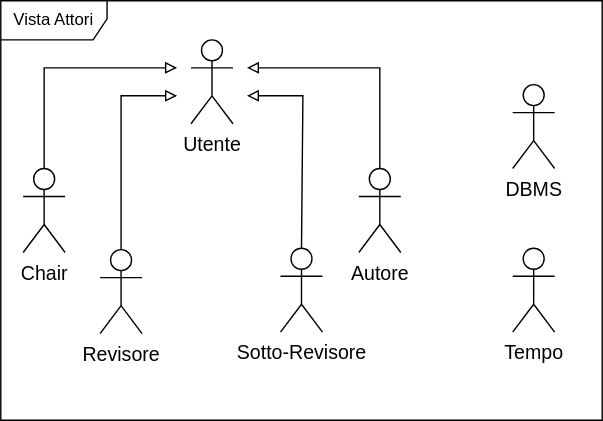
This is RAD/images/AttoriCoinvolti.drawio.svg from Gabro29/IngegneriaSoftware, a draw.io export, as it was before one commit. Source tidied: cells renumbered, new cells last; positions are measured from the earlier drawing's top-left corner, leaving out a move shared by most shapes.
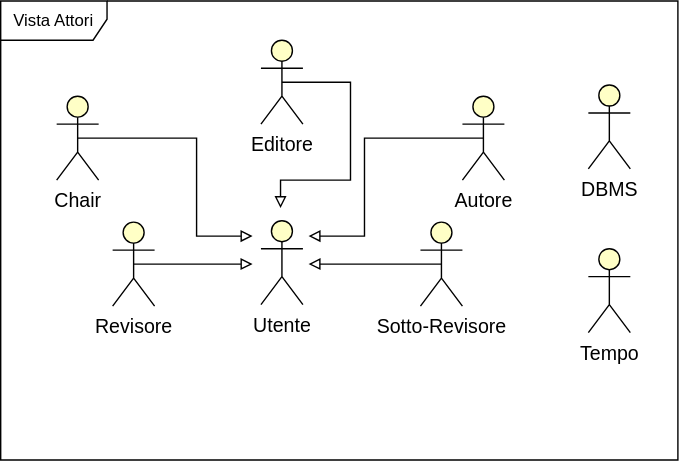
The same file after the commit.

Commit message:
Aggiunto editore

Change to the diagram source:
```diff
@@ -2,62 +2,72 @@
   <root>
     <mxCell id="0" />
     <mxCell id="1" parent="0" />
-    <mxCell id="2" value="&lt;font face=&quot;Helvetica&quot; style=&quot;color: light-dark(rgb(0, 0, 0), rgb(0, 0, 0)); font-size: 14px;&quot;&gt;Autore&lt;/font&gt;" style="shape=umlActor;verticalLabelPosition=bottom;verticalAlign=top;html=1;outlineConnect=0;strokeColor=light-dark(#000000,#000000);fillColor=none;" parent="1" vertex="1">
-      <mxGeometry x="256" y="120" width="30" height="60" as="geometry" />
+    <mxCell id="2" value="&lt;font face=&quot;Helvetica&quot; style=&quot;color: light-dark(rgb(0, 0, 0), rgb(0, 0, 0)); font-size: 14px;&quot;&gt;Autore&lt;/font&gt;" style="shape=umlActor;verticalLabelPosition=bottom;verticalAlign=top;html=1;outlineConnect=0;strokeColor=light-dark(#000000,#000000);fillColor=light-dark(#FFFFC6,#FDF89C);" parent="1" vertex="1">
+      <mxGeometry x="276" y="68" width="30" height="60" as="geometry" />
     </mxCell>
-    <mxCell id="3" value="&lt;font face=&quot;Helvetica&quot; style=&quot;color: light-dark(rgb(0, 0, 0), rgb(0, 0, 0)); font-size: 14px;&quot;&gt;Chair&lt;/font&gt;" style="shape=umlActor;verticalLabelPosition=bottom;verticalAlign=top;html=1;outlineConnect=0;strokeColor=light-dark(#000000,#000000);fillColor=none;" parent="1" vertex="1">
-      <mxGeometry x="16" y="120" width="30" height="60" as="geometry" />
+    <mxCell id="3" value="&lt;font face=&quot;Helvetica&quot; style=&quot;color: light-dark(rgb(0, 0, 0), rgb(0, 0, 0)); font-size: 14px;&quot;&gt;Chair&lt;/font&gt;" style="shape=umlActor;verticalLabelPosition=bottom;verticalAlign=top;html=1;outlineConnect=0;strokeColor=light-dark(#000000,#000000);fillColor=light-dark(#FFFFC6,#FDF89C);" parent="1" vertex="1">
+      <mxGeometry x="-14" y="68" width="30" height="60" as="geometry" />
     </mxCell>
-    <mxCell id="4" value="&lt;font face=&quot;Helvetica&quot; style=&quot;color: light-dark(rgb(0, 0, 0), rgb(0, 0, 0)); font-size: 14px;&quot;&gt;Revisore&lt;/font&gt;" style="shape=umlActor;verticalLabelPosition=bottom;verticalAlign=top;html=1;outlineConnect=0;strokeColor=light-dark(#000000,#000000);fillColor=none;" parent="1" vertex="1">
-      <mxGeometry x="71" y="178" width="30" height="60" as="geometry" />
+    <mxCell id="4" value="&lt;font face=&quot;Helvetica&quot; style=&quot;color: light-dark(rgb(0, 0, 0), rgb(0, 0, 0)); font-size: 14px;&quot;&gt;Revisore&lt;/font&gt;" style="shape=umlActor;verticalLabelPosition=bottom;verticalAlign=top;html=1;outlineConnect=0;strokeColor=light-dark(#000000,#000000);fillColor=light-dark(#FFFFC6,#FDF89C);" parent="1" vertex="1">
+      <mxGeometry x="26" y="158" width="30" height="60" as="geometry" />
     </mxCell>
-    <mxCell id="5" value="&lt;font face=&quot;Helvetica&quot; style=&quot;color: light-dark(rgb(0, 0, 0), rgb(0, 0, 0)); font-size: 14px;&quot;&gt;Sotto-Revisore&lt;/font&gt;" style="shape=umlActor;verticalLabelPosition=bottom;verticalAlign=top;html=1;outlineConnect=0;strokeColor=light-dark(#000000,#000000);fillColor=none;" parent="1" vertex="1">
-      <mxGeometry x="200" y="177" width="30" height="60" as="geometry" />
+    <mxCell id="5" value="&lt;font face=&quot;Helvetica&quot; style=&quot;color: light-dark(rgb(0, 0, 0), rgb(0, 0, 0)); font-size: 14px;&quot;&gt;Sotto-Revisore&lt;/font&gt;" style="shape=umlActor;verticalLabelPosition=bottom;verticalAlign=top;html=1;outlineConnect=0;strokeColor=light-dark(#000000,#000000);fillColor=light-dark(#FFFFC6,#FDF89C);" parent="1" vertex="1">
+      <mxGeometry x="246" y="158" width="30" height="60" as="geometry" />
     </mxCell>
-    <mxCell id="6" value="&lt;font style=&quot;color: light-dark(rgb(0, 0, 0), rgb(0, 0, 0)); font-size: 14px;&quot;&gt;Utente&lt;/font&gt;" style="shape=umlActor;verticalLabelPosition=bottom;verticalAlign=top;html=1;strokeColor=light-dark(#000000,#000000);fillColor=none;" parent="1" vertex="1">
-      <mxGeometry x="136" y="28" width="30" height="60" as="geometry" />
+    <mxCell id="6" value="&lt;font style=&quot;color: light-dark(rgb(0, 0, 0), rgb(0, 0, 0)); font-size: 14px;&quot;&gt;Utente&lt;/font&gt;" style="shape=umlActor;verticalLabelPosition=bottom;verticalAlign=top;html=1;strokeColor=light-dark(#000000,#000000);fillColor=light-dark(#FFFFC6,#FDF89C);" parent="1" vertex="1">
+      <mxGeometry x="132" y="157" width="30" height="60" as="geometry" />
     </mxCell>
-    <mxCell id="7" value="&lt;font face=&quot;Helvetica&quot; style=&quot;color: light-dark(rgb(0, 0, 0), rgb(0, 0, 0)); font-size: 14px;&quot;&gt;DBMS&lt;/font&gt;" style="shape=umlActor;verticalLabelPosition=bottom;verticalAlign=top;html=1;strokeColor=light-dark(#000000,#000000);fillColor=none;" parent="1" vertex="1">
+    <mxCell id="7" value="&lt;font face=&quot;Helvetica&quot; style=&quot;color: light-dark(rgb(0, 0, 0), rgb(0, 0, 0)); font-size: 14px;&quot;&gt;DBMS&lt;/font&gt;" style="shape=umlActor;verticalLabelPosition=bottom;verticalAlign=top;html=1;strokeColor=light-dark(#000000,#000000);fillColor=light-dark(#FFFFC6,#FDF89C);" parent="1" vertex="1">
       <mxGeometry x="366" y="60" width="30" height="60" as="geometry" />
     </mxCell>
-    <mxCell id="8" value="&lt;font style=&quot;color: light-dark(rgb(0, 0, 0), rgb(0, 0, 0)); font-size: 14px;&quot;&gt;Tempo&lt;/font&gt;" style="shape=umlActor;verticalLabelPosition=bottom;verticalAlign=top;html=1;strokeColor=light-dark(#000000,#000000);fillColor=none;" parent="1" vertex="1">
+    <mxCell id="8" value="&lt;font style=&quot;color: light-dark(rgb(0, 0, 0), rgb(0, 0, 0)); font-size: 14px;&quot;&gt;Tempo&lt;/font&gt;" style="shape=umlActor;verticalLabelPosition=bottom;verticalAlign=top;html=1;strokeColor=light-dark(#000000,#000000);fillColor=light-dark(#FFFFC6,#FDF89C);" parent="1" vertex="1">
       <mxGeometry x="366" y="177" width="30" height="60" as="geometry" />
     </mxCell>
-    <mxCell id="9" style="endArrow=block;html=1;rounded=0;strokeColor=light-dark(#000000,#000000);endFill=0;strokeWidth=1;startSize=6;jumpSize=6;targetPerimeterSpacing=0;endSize=6;exitX=0.5;exitY=0;exitDx=0;exitDy=0;exitPerimeter=0;" parent="1" edge="1" source="3">
+    <mxCell id="9" style="endArrow=block;html=1;rounded=0;strokeColor=light-dark(#000000,#000000);endFill=0;strokeWidth=1;startSize=6;jumpSize=6;targetPerimeterSpacing=0;endSize=6;exitX=0.5;exitY=0.5;exitDx=0;exitDy=0;exitPerimeter=0;" parent="1" edge="1" source="3">
       <mxGeometry relative="1" as="geometry">
-        <mxPoint x="126" y="48" as="targetPoint" />
+        <mxPoint x="126" y="168" as="targetPoint" />
         <Array as="points">
-          <mxPoint x="31" y="48" />
+          <mxPoint x="86" y="98" />
+          <mxPoint x="86" y="168" />
         </Array>
       </mxGeometry>
     </mxCell>
-    <mxCell id="10" style="endArrow=block;html=1;rounded=0;strokeColor=light-dark(#000000,#000000);endFill=0;strokeWidth=1;startSize=6;jumpSize=6;targetPerimeterSpacing=0;endSize=6;" parent="1" edge="1">
-      <mxGeometry relative="1" as="geometry">
-        <mxPoint x="86" y="178" as="sourcePoint" />
-        <mxPoint x="126" y="68" as="targetPoint" />
-        <Array as="points">
-          <mxPoint x="86" y="68" />
-        </Array>
-      </mxGeometry>
-    </mxCell>
-    <mxCell id="11" style="endArrow=block;html=1;rounded=0;strokeColor=light-dark(#000000,#000000);endFill=0;strokeWidth=1;startSize=6;jumpSize=6;targetPerimeterSpacing=0;endSize=6;exitX=0.5;exitY=0;exitDx=0;exitDy=0;exitPerimeter=0;" parent="1" edge="1" source="5">
+    <mxCell id="11" style="endArrow=block;html=1;rounded=0;strokeColor=light-dark(#000000,#000000);endFill=0;strokeWidth=1;startSize=6;jumpSize=6;targetPerimeterSpacing=0;endSize=6;exitX=0.5;exitY=0.5;exitDx=0;exitDy=0;exitPerimeter=0;" parent="1" edge="1" source="5">
       <mxGeometry relative="1" as="geometry">
-        <mxPoint x="176" y="68" as="targetPoint" />
-        <Array as="points">
-          <mxPoint x="216" y="68" />
-        </Array>
+        <mxPoint x="166" y="188" as="targetPoint" />
       </mxGeometry>
     </mxCell>
-    <mxCell id="12" style="endArrow=block;html=1;rounded=0;strokeColor=light-dark(#000000,#000000);endFill=0;strokeWidth=1;startSize=6;jumpSize=6;targetPerimeterSpacing=0;endSize=6;exitX=0.5;exitY=0;exitDx=0;exitDy=0;exitPerimeter=0;" parent="1" edge="1" source="2">
+    <mxCell id="12" style="endArrow=block;html=1;rounded=0;strokeColor=light-dark(#000000,#000000);endFill=0;strokeWidth=1;startSize=6;jumpSize=6;targetPerimeterSpacing=0;endSize=6;exitX=0.5;exitY=0.5;exitDx=0;exitDy=0;exitPerimeter=0;" parent="1" edge="1" source="2">
       <mxGeometry relative="1" as="geometry">
-        <mxPoint x="176" y="48" as="targetPoint" />
+        <mxPoint x="166" y="168" as="targetPoint" />
         <Array as="points">
-          <mxPoint x="271" y="48" />
+          <mxPoint x="206" y="98" />
+          <mxPoint x="206" y="168" />
         </Array>
       </mxGeometry>
     </mxCell>
     <mxCell id="13" value="Vista Attori" style="shape=umlFrame;whiteSpace=wrap;html=1;strokeColor=light-dark(#000000,#000000);width=76;height=28;" parent="1" vertex="1">
-      <mxGeometry width="430" height="300" as="geometry" />
+      <mxGeometry x="-54" width="484" height="328" as="geometry" />
     </mxCell>
+    <mxCell id="14" value="&lt;font face=&quot;Helvetica&quot; style=&quot;color: light-dark(rgb(0, 0, 0), rgb(0, 0, 0)); font-size: 14px;&quot;&gt;Editore&lt;/font&gt;" style="shape=umlActor;verticalLabelPosition=bottom;verticalAlign=top;html=1;strokeColor=light-dark(#000000,#000000);fillColor=light-dark(#FFFFC6,#FDF89C);" parent="1" vertex="1">
+      <mxGeometry x="132" y="28" width="30" height="60" as="geometry" />
+    </mxCell>
+    <mxCell id="15" style="endArrow=block;html=1;rounded=0;strokeColor=light-dark(#000000,#000000);endFill=0;strokeWidth=1;startSize=6;jumpSize=6;targetPerimeterSpacing=0;endSize=6;exitX=0.5;exitY=0.5;exitDx=0;exitDy=0;exitPerimeter=0;" parent="1" edge="1" source="4">
+      <mxGeometry relative="1" as="geometry">
+        <mxPoint x="126" y="188" as="targetPoint" />
+      </mxGeometry>
+    </mxCell>
+    <mxCell id="16" style="endArrow=block;html=1;rounded=0;exitX=0.5;exitY=0.5;exitDx=0;exitDy=0;exitPerimeter=0;endFill=0;" parent="1" edge="1">
+      <mxGeometry relative="1" as="geometry">
+        <mxPoint x="147" y="58" as="sourcePoint" />
+        <mxPoint x="146" y="148" as="targetPoint" />
+        <Array as="points">
+          <mxPoint x="196" y="58" />
+          <mxPoint x="196" y="108" />
+          <mxPoint x="196" y="128" />
+          <mxPoint x="146" y="128" />
+        </Array>
+      </mxGeometry>
+    </mxCell>
   </root>
 </mxGraphModel>
```
